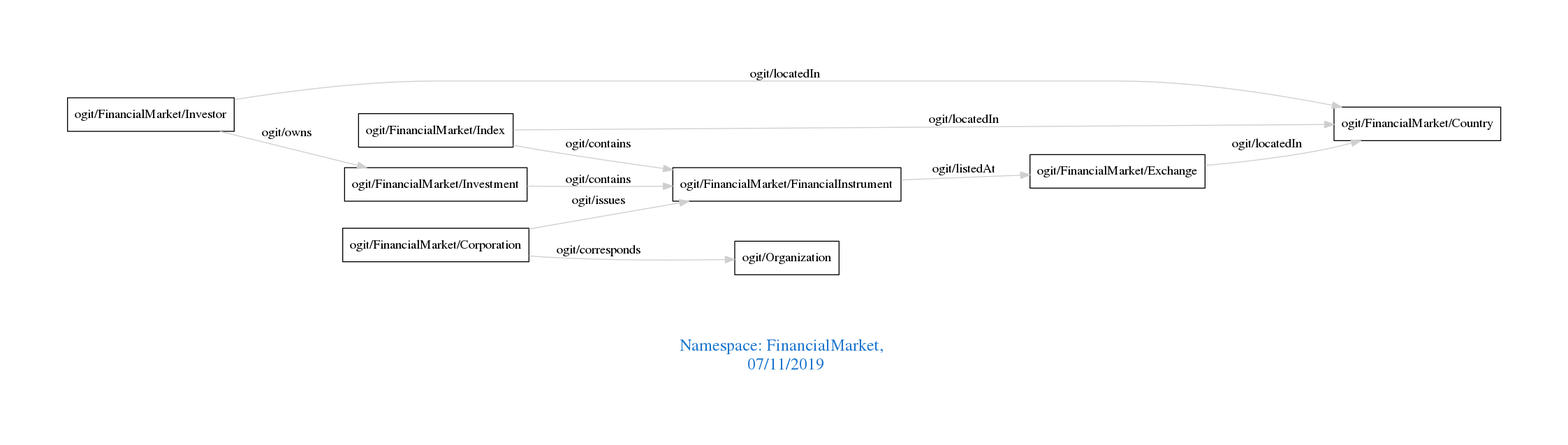
arago/OGIT keeps this Graphviz diagram as downloads/FinancialMarket.png. Above is the earlier version. Its source is kept beside it as downloads/FinancialMarket.dot.
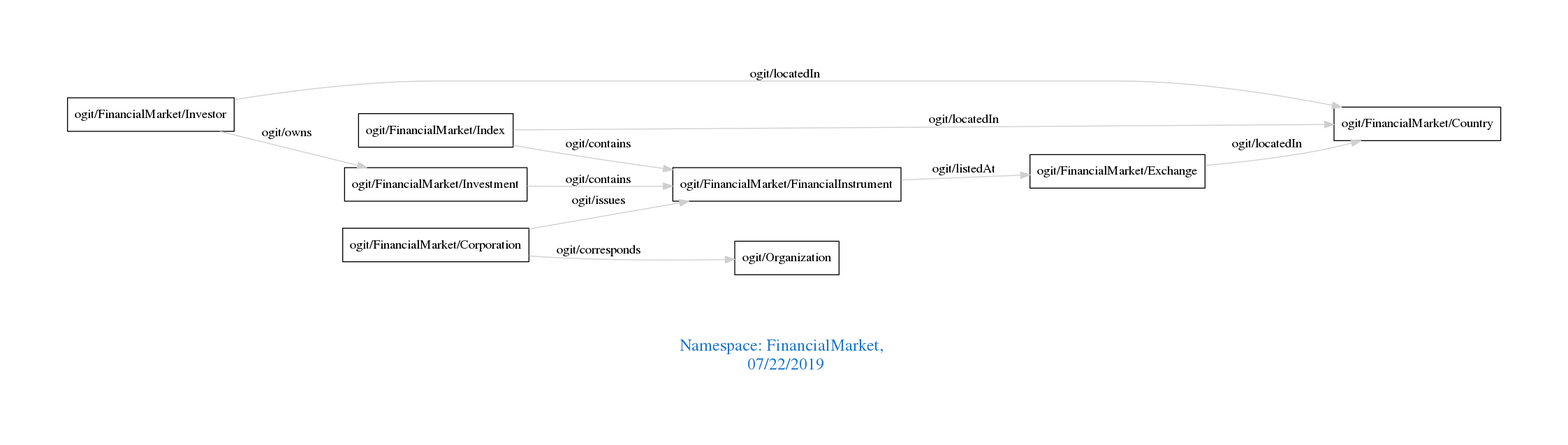
Later version of the same file.

What changed in the source:
```diff
@@ -1,7 +1,7 @@
 digraph OGIT_ontology {
  graph [ rankdir= LR,pad=1
 fontsize = 18,
-fontcolor= dodgerblue3,label = "\n\n\nNamespace: FinancialMarket, \n 07/11/2019"];
+fontcolor= dodgerblue3,label = "\n\n\nNamespace: FinancialMarket, \n 07/22/2019"];
 node[shape=polygon];
 edge [  color="gray81"];
 
```
